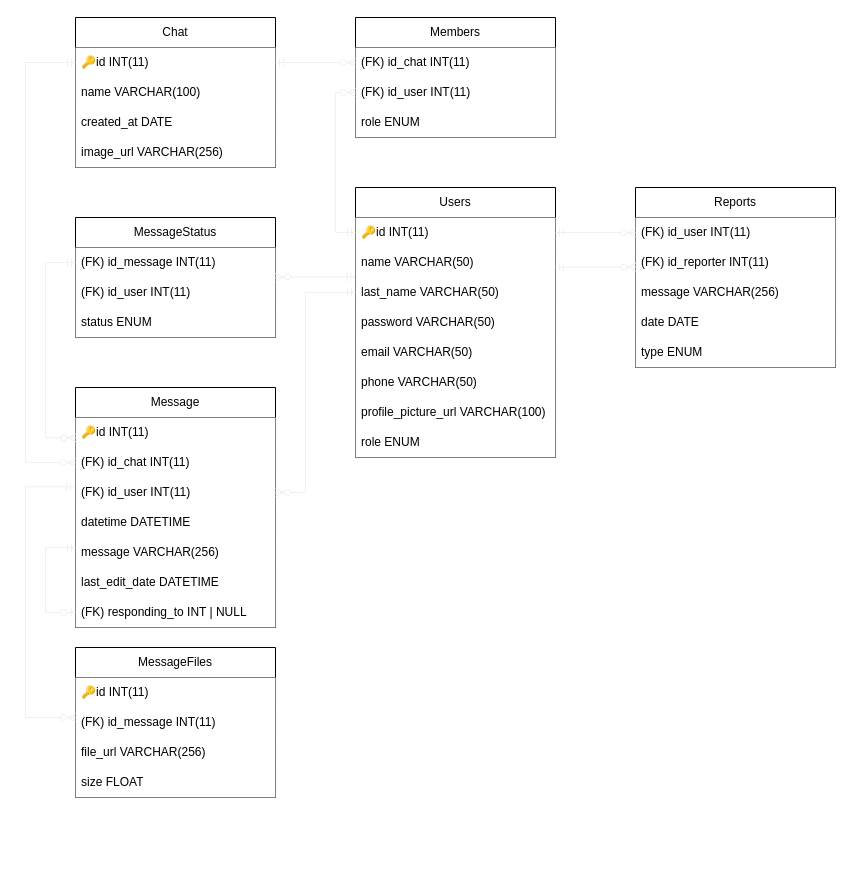
The draw.io diagram modifiable/RelationalSchema.drawio in benjahuenchunir/React_Madrid_frontend, before the edit. Source tidied: cells renumbered, new cells numbered last; positions are measured from the earlier drawing's top-left corner, leaving out a move shared by most shapes. Both pictures are drawn from the tidied source at 100%, with x=0, y=0 at pixel (25, 17).
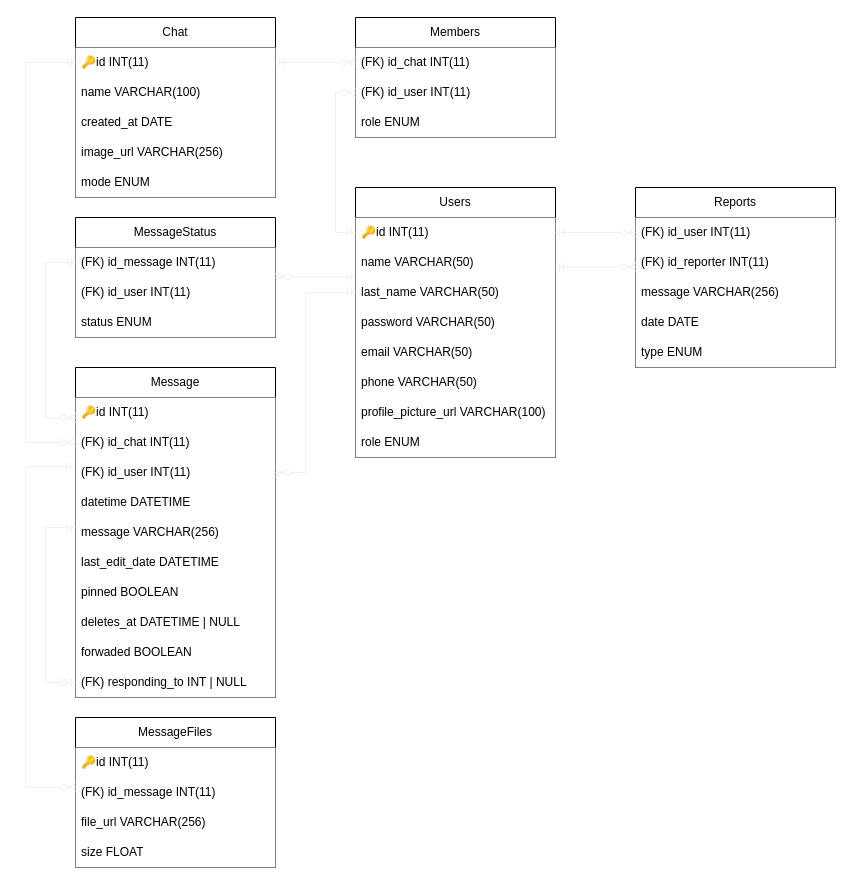
Above is the later version.

Commit message:
pinned, forwaded and autodeletion

Unchanged cells that the change refers to:
```xml
<mxCell id="5" value="last_name VARCHAR(50)" style="text;strokeColor=none;fillColor=default;align=left;verticalAlign=middle;spacingLeft=4;spacingRight=4;overflow=hidden;points=[[0,0.5],[1,0.5]];portConstraint=eastwest;whiteSpace=wrap;html=1;" parent="2" vertex="1">
  <mxGeometry y="90" width="200" height="30" as="geometry" />
</mxCell>
<mxCell id="12" value="🔑id INT(11)" style="text;align=left;verticalAlign=middle;spacingLeft=4;spacingRight=4;overflow=hidden;points=[[0,0.5],[1,0.5]];portConstraint=eastwest;whiteSpace=wrap;html=1;fillColor=default;" parent="11" vertex="1">
  <mxGeometry y="30" width="200" height="30" as="geometry" />
</mxCell>
<mxCell id="27" value="🔑id INT(11)" style="text;strokeColor=none;fillColor=default;align=left;verticalAlign=middle;spacingLeft=4;spacingRight=4;overflow=hidden;points=[[0,0.5],[1,0.5]];portConstraint=eastwest;whiteSpace=wrap;html=1;" parent="26" vertex="1">
  <mxGeometry y="30" width="200" height="30" as="geometry" />
</mxCell>
<mxCell id="28" value="(FK) id_chat INT(11)" style="text;strokeColor=none;fillColor=default;align=left;verticalAlign=middle;spacingLeft=4;spacingRight=4;overflow=hidden;points=[[0,0.5],[1,0.5]];portConstraint=eastwest;whiteSpace=wrap;html=1;" parent="26" vertex="1">
  <mxGeometry y="60" width="200" height="30" as="geometry" />
</mxCell>
<mxCell id="29" value="(FK) id_user INT(11)" style="text;strokeColor=none;fillColor=default;align=left;verticalAlign=middle;spacingLeft=4;spacingRight=4;overflow=hidden;points=[[0,0.5],[1,0.5]];portConstraint=eastwest;whiteSpace=wrap;html=1;" parent="26" vertex="1">
  <mxGeometry y="90" width="200" height="30" as="geometry" />
</mxCell>
<mxCell id="36" value="(FK) id_message INT(11)" style="text;strokeColor=none;fillColor=default;align=left;verticalAlign=middle;spacingLeft=4;spacingRight=4;overflow=hidden;points=[[0,0.5],[1,0.5]];portConstraint=eastwest;whiteSpace=wrap;html=1;" parent="35" vertex="1">
  <mxGeometry y="30" width="200" height="30" as="geometry" />
</mxCell>
<mxCell id="49" value="(FK) id_message INT(11)" style="text;strokeColor=none;fillColor=default;align=left;verticalAlign=middle;spacingLeft=4;spacingRight=4;overflow=hidden;points=[[0,0.5],[1,0.5]];portConstraint=eastwest;whiteSpace=wrap;html=1;" parent="47" vertex="1">
  <mxGeometry y="60" width="200" height="30" as="geometry" />
</mxCell>
```

Change to the diagram source:
```diff
@@
     <mxCell id="11" value="Chat" style="swimlane;fontStyle=0;horizontal=1;startSize=30;whiteSpace=wrap;html=1;" parent="1" vertex="1">
-      <mxGeometry x="50" width="200" height="150" as="geometry" />
+      <mxGeometry x="50" width="200" height="180" as="geometry" />
     </mxCell>
@@
+    <mxCell id="53" value="mode ENUM" style="text;strokeColor=none;fillColor=default;align=left;verticalAlign=middle;spacingLeft=4;spacingRight=4;overflow=hidden;whiteSpace=wrap;html=1;" parent="11" vertex="1">
+      <mxGeometry y="150" width="200" height="30" as="geometry" />
+    </mxCell>
@@
     <mxCell id="26" value="Message" style="swimlane;fontStyle=0;horizontal=1;startSize=30;whiteSpace=wrap;html=1;" parent="1" vertex="1">
-      <mxGeometry x="50" y="370" width="200" height="240" as="geometry" />
+      <mxGeometry x="50" y="350" width="200" height="330" as="geometry" />
     </mxCell>
@@
+    <mxCell id="54" value="pinned BOOLEAN" style="text;strokeColor=none;fillColor=default;align=left;verticalAlign=middle;spacingLeft=4;spacingRight=4;overflow=hidden;whiteSpace=wrap;html=1;" parent="26" vertex="1">
+      <mxGeometry y="210" width="200" height="30" as="geometry" />
+    </mxCell>
+    <mxCell id="55" value="deletes_at DATETIME | NULL" style="text;strokeColor=none;fillColor=default;align=left;verticalAlign=middle;spacingLeft=4;spacingRight=4;overflow=hidden;whiteSpace=wrap;html=1;" parent="26" vertex="1">
+      <mxGeometry y="240" width="200" height="30" as="geometry" />
+    </mxCell>
+    <mxCell id="56" value="forwaded BOOLEAN" style="text;strokeColor=none;fillColor=default;align=left;verticalAlign=middle;spacingLeft=4;spacingRight=4;overflow=hidden;whiteSpace=wrap;html=1;" parent="26" vertex="1">
+      <mxGeometry y="270" width="200" height="30" as="geometry" />
+    </mxCell>
     <mxCell id="33" value="(FK) responding_to INT | NULL" style="text;strokeColor=none;fillColor=default;align=left;verticalAlign=middle;spacingLeft=4;spacingRight=4;overflow=hidden;points=[[0,0.5],[1,0.5]];portConstraint=eastwest;whiteSpace=wrap;html=1;" parent="26" vertex="1">
-      <mxGeometry y="210" width="200" height="30" as="geometry" />
+      <mxGeometry y="300" width="200" height="30" as="geometry" />
     </mxCell>
     <mxCell id="34" style="edgeStyle=orthogonalEdgeStyle;fontSize=12;html=1;endArrow=ERzeroToOne;startArrow=ERmandOne;entryX=0;entryY=0.5;entryDx=0;entryDy=0;rounded=0;strokeColor=#F0F0F0;" parent="26" edge="1" target="33">
       <mxGeometry relative="1" as="geometry">
         <mxPoint y="160" as="sourcePoint" />
         <Array as="points">
           <mxPoint x="-30" y="160" />
-          <mxPoint x="-30" y="225" />
+          <mxPoint x="-30" y="315" />
         </Array>
       </mxGeometry>
     </mxCell>
@@
     <mxCell id="41" style="fontSize=12;html=1;endArrow=ERzeroToMany;startArrow=ERmandOne;rounded=0;strokeColor=#F0F0F0;edgeStyle=orthogonalEdgeStyle;elbow=vertical;entryX=1;entryY=0.5;entryDx=0;entryDy=0;exitX=0;exitY=0.5;exitDx=0;exitDy=0;" parent="1" edge="1" source="5" target="29">
       <mxGeometry relative="1" as="geometry">
         <Array as="points">
           <mxPoint x="280" y="275" />
-          <mxPoint x="280" y="475" />
+          <mxPoint x="280" y="455" />
         </Array>
       </mxGeometry>
     </mxCell>
     <mxCell id="42" style="fontSize=12;html=1;endArrow=ERzeroToMany;startArrow=ERmandOne;rounded=0;strokeColor=#F0F0F0;edgeStyle=orthogonalEdgeStyle;elbow=vertical;exitX=0;exitY=0.5;exitDx=0;exitDy=0;entryX=0.002;entryY=0.675;entryDx=0;entryDy=0;entryPerimeter=0;" parent="1" edge="1" source="36" target="27">
       <mxGeometry relative="1" as="geometry">
         <Array as="points">
           <mxPoint x="20" y="245" />
-          <mxPoint x="20" y="420" />
+          <mxPoint x="20" y="400" />
         </Array>
       </mxGeometry>
     </mxCell>
     <mxCell id="43" style="fontSize=12;html=1;endArrow=ERzeroToMany;startArrow=ERmandOne;rounded=0;strokeColor=#F0F0F0;edgeStyle=orthogonalEdgeStyle;elbow=vertical;exitX=0;exitY=0.5;exitDx=0;exitDy=0;entryX=0;entryY=0.5;entryDx=0;entryDy=0;" parent="1" edge="1" source="12" target="28">
       <mxGeometry relative="1" as="geometry">
         <Array as="points">
           <mxPoint y="45" />
-          <mxPoint y="445" />
+          <mxPoint y="425" />
         </Array>
       </mxGeometry>
     </mxCell>
@@
     <mxCell id="47" value="MessageFiles" style="swimlane;fontStyle=0;horizontal=1;startSize=30;whiteSpace=wrap;html=1;" parent="1" vertex="1">
-      <mxGeometry x="50" y="630" width="200" height="150" as="geometry" />
+      <mxGeometry x="50" y="700" width="200" height="150" as="geometry" />
     </mxCell>
@@
     <mxCell id="52" style="fontSize=12;html=1;endArrow=ERzeroToMany;startArrow=ERmandOne;rounded=0;strokeColor=#F0F0F0;edgeStyle=orthogonalEdgeStyle;elbow=vertical;exitX=-0.005;exitY=0.31;exitDx=0;exitDy=0;exitPerimeter=0;entryX=0;entryY=0.333;entryDx=0;entryDy=0;entryPerimeter=0;" parent="1" edge="1" source="29" target="49">
       <mxGeometry relative="1" as="geometry">
         <Array as="points">
-          <mxPoint y="469" />
-          <mxPoint y="700" />
+          <mxPoint y="449" />
+          <mxPoint y="770" />
         </Array>
       </mxGeometry>
     </mxCell>
```
